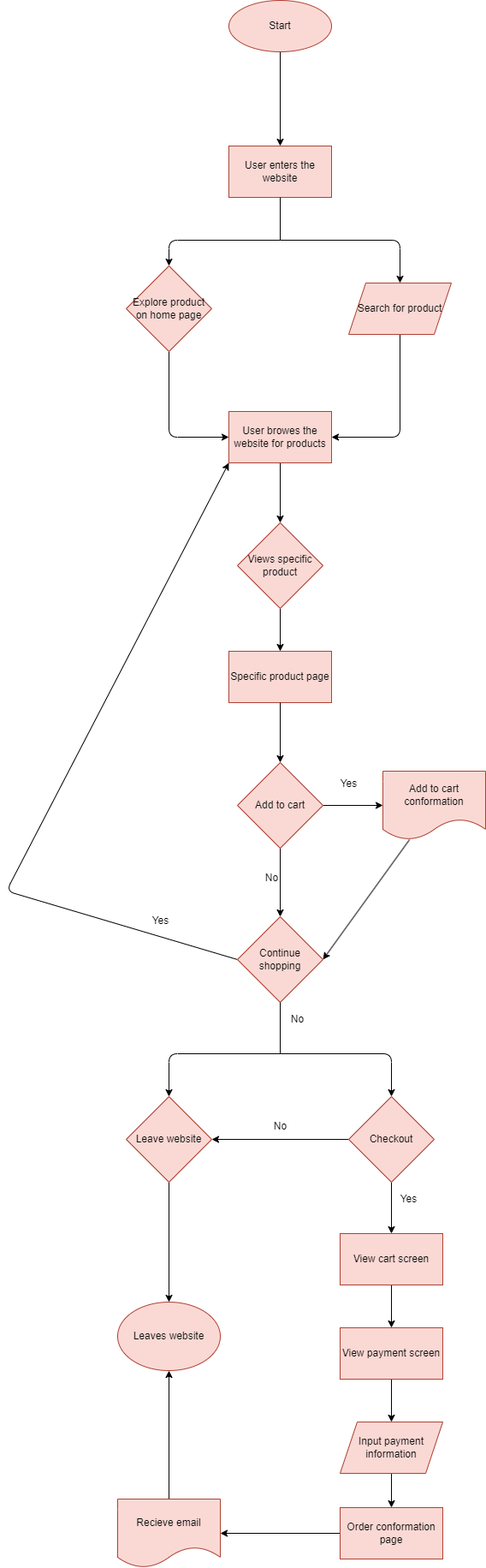
Before: explore/diagramming/diagram.drawio.png, a diagram exported from draw.io (BobbyYuuuu/sp24-cse110-lab4). Source tidied: cells renumbered, new cells last; positions are measured from the earlier drawing's top-left corner, leaving out a move shared by most shapes.
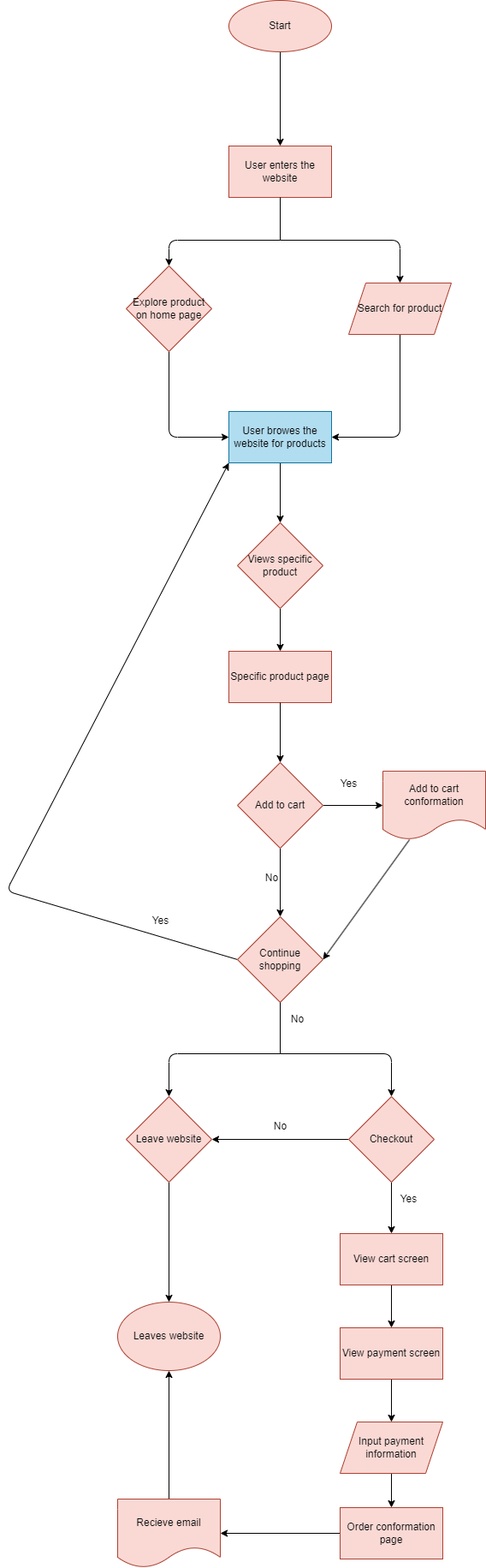
The same file after the commit.

Change to the diagram source:
```diff
@@ -55,7 +55,7 @@
     <mxCell id="12" style="edgeStyle=none;html=1;entryX=0.5;entryY=0;entryDx=0;entryDy=0;fontColor=#080808;" parent="1" edge="1" source="13" target="15">
       <mxGeometry relative="1" as="geometry" />
     </mxCell>
-    <mxCell id="13" value="User browes the website for products" style="rounded=0;whiteSpace=wrap;html=1;fillColor=#fad9d5;strokeColor=#ae4132;fontColor=#080808;" parent="1" vertex="1">
+    <mxCell id="13" value="User browes the website for products" style="rounded=0;whiteSpace=wrap;html=1;fillColor=#b1ddf0;strokeColor=#10739e;" parent="1" vertex="1">
       <mxGeometry x="260" y="480" width="120" height="60" as="geometry" />
     </mxCell>
     <mxCell id="14" style="edgeStyle=none;html=1;fontColor=#080808;" parent="1" edge="1" source="15" target="31">
```
